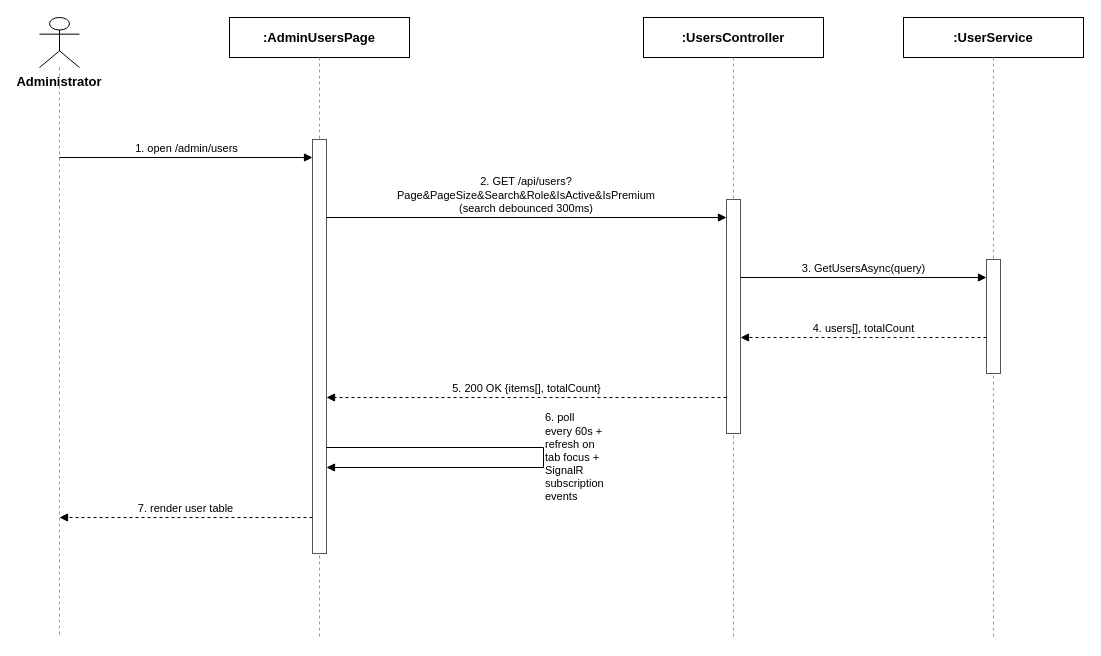
Earlier version of the draw.io diagram docs/qa/Hien_SequenceDiagram/3.3.2_View_User_List.drawio (tulklk/AI_Interview_Question_Generation_RAG_LLM_FE). Source tidied: cells renumbered, new cells numbered last; positions are measured from the earlier drawing's top-left corner, leaving out a move shared by most shapes. Both pictures are drawn from the tidied source at 100%, with x=0, y=0 at pixel (39, 17).
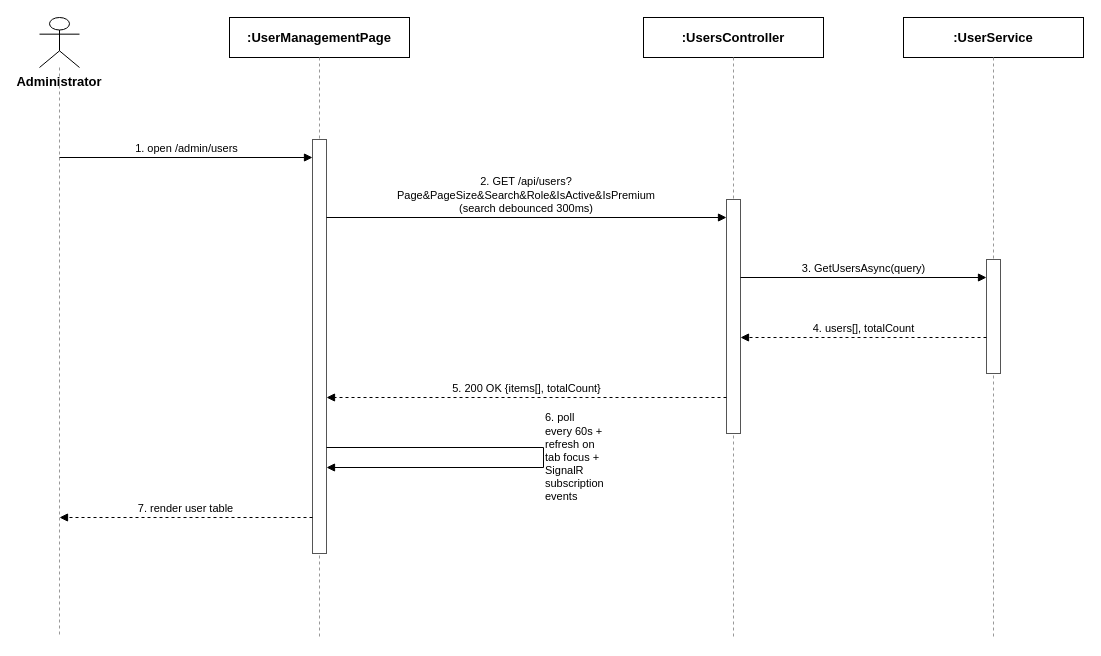
Above is the later version.

The edit, as a diff of the source:
```diff
@@
-    <mxCell id="4" value=":AdminUsersPage" style="rounded=0;whiteSpace=wrap;html=1;fontSize=13;fillColor=#ffffff;strokeColor=#000000;fontStyle=1;" parent="1" vertex="1">
+    <mxCell id="4" value=":UserManagementPage" style="rounded=0;whiteSpace=wrap;html=1;fontSize=13;fillColor=#ffffff;strokeColor=#000000;fontStyle=1;" parent="1" vertex="1">
       <mxGeometry x="190" width="180" height="40" as="geometry" />
     </mxCell>
```
